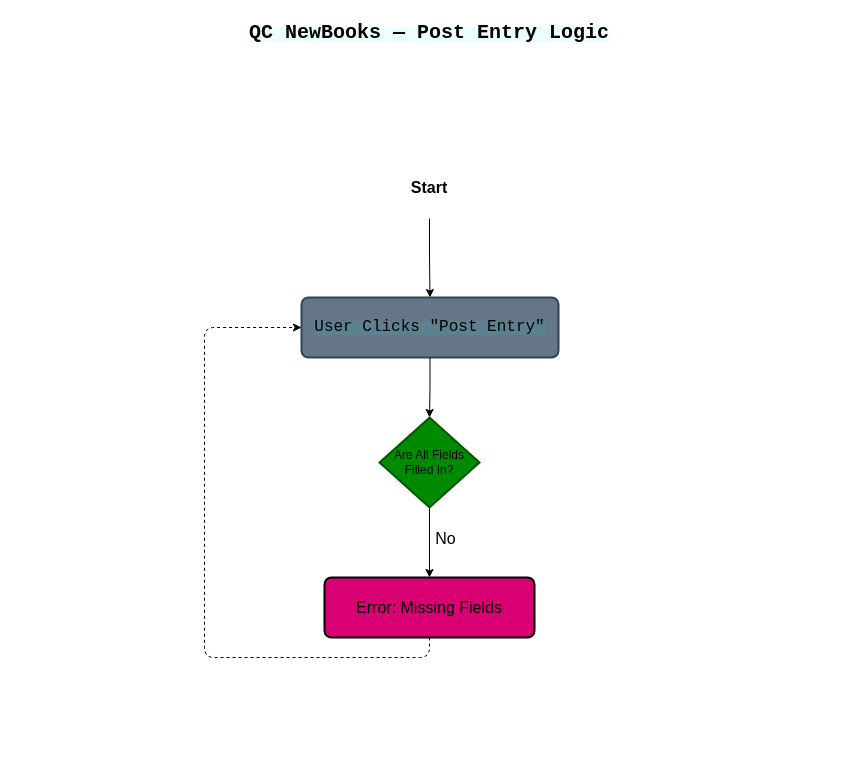
Before: QC_NewBooks_Diagrams.drawio in kvnrtga10-cell/diagram-qc-new-books, a draw.io diagram. Source tidied: cells renumbered, new cells numbered last; positions are measured from the earlier drawing's top-left corner, leaving out a move shared by most shapes. Both pictures are drawn from the tidied source at 100%, with x=0, y=0 at pixel (204, 17).
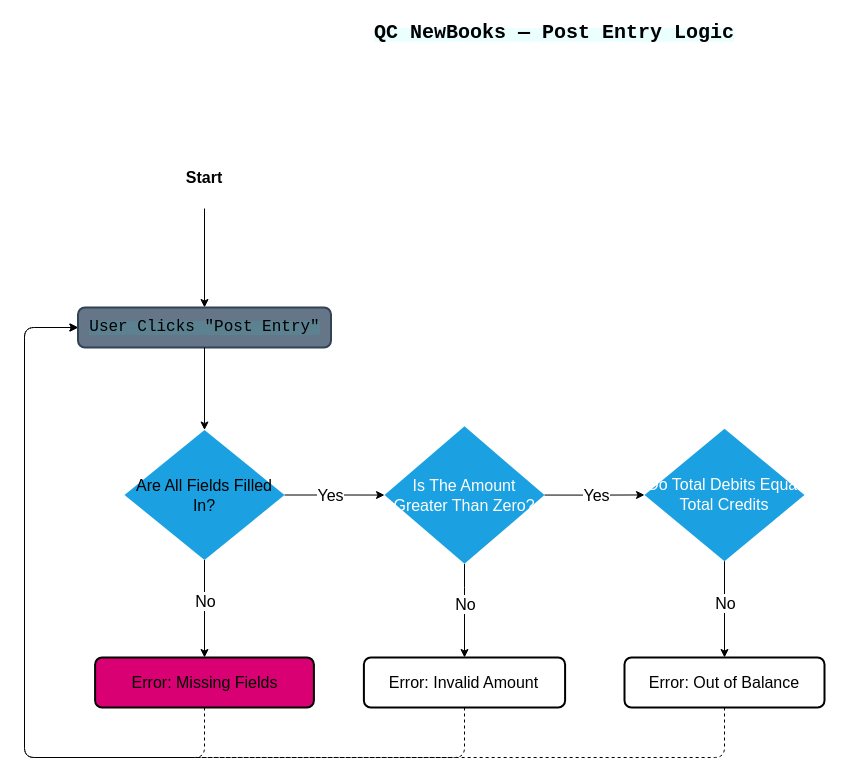
Above is the later version.

The change refers to these unchanged cells:
```xml
<mxCell id="6" style="edgeStyle=orthogonalEdgeStyle;rounded=0;jettySize=auto;html=1;exitX=0.5;exitY=1;exitDx=0;exitDy=0;exitPerimeter=0;entryX=0.5;entryY=0;entryDx=0;entryDy=0;" parent="1" edge="1" source="8" target="11">
  <mxGeometry relative="1" as="geometry" />
</mxCell>
```

Diff of the diagram source:
```diff
@@
     <mxCell id="2" value="&lt;span style=&quot;font-family: &amp;quot;Share Tech Mono&amp;quot;, monospace; text-align: start; background-color: rgba(0, 245, 255, 0.08);&quot;&gt;&lt;b style=&quot;&quot;&gt;&lt;font style=&quot;font-size: 20px;&quot;&gt;QC NewBooks — Post Entry Logic&lt;/font&gt;&lt;/b&gt;&lt;/span&gt;" style="text;html=1;whiteSpace=wrap;strokeColor=none;fillColor=none;align=center;verticalAlign=middle;rounded=0;fontColor=light-dark(#000000,#FFFFFF);" parent="1" vertex="1">
-      <mxGeometry x="30" width="390" height="30" as="geometry" />
+      <mxGeometry x="155" width="390" height="30" as="geometry" />
     </mxCell>
@@
     <mxCell id="4" value="&lt;b&gt;Start&lt;/b&gt;" style="strokeWidth=2;html=1;shape=mxgraph.flowchart.terminator;whiteSpace=wrap;fillColor=light-dark(#FFFFFF,#333333);labelBorderColor=none;fontSize=16;strokeColor=light-dark(#FFFFFF,#CCFFCC);" parent="1" vertex="1">
-      <mxGeometry x="175" y="140" width="100" height="60" as="geometry" />
+      <mxGeometry x="-50" y="130" width="100" height="60" as="geometry" />
     </mxCell>
     <mxCell id="5" value="&lt;span style=&quot;font-family: &amp;quot;Share Tech Mono&amp;quot;, monospace; text-align: start; background-color: rgba(0, 245, 255, 0.08);&quot;&gt;&lt;font style=&quot;font-size: 16px; color: light-dark(rgb(0, 0, 0), rgb(255, 255, 255));&quot;&gt;User Clicks &quot;Post Entry&quot;&lt;/font&gt;&lt;/span&gt;" style="rounded=1;whiteSpace=wrap;html=1;absoluteArcSize=1;arcSize=14;strokeWidth=2;fillColor=#647687;fontColor=#ffffff;strokeColor=#314354;labelBorderColor=none;" parent="1" vertex="1">
-      <mxGeometry x="97" y="280" width="257" height="60" as="geometry" />
+      <mxGeometry x="-126.5" y="290" width="253" height="40" as="geometry" />
     </mxCell>
@@
     <mxCell id="7" value="&lt;font style=&quot;font-size: 16px;&quot;&gt;No&lt;/font&gt;" style="edgeLabel;html=1;align=center;verticalAlign=middle;" parent="6" vertex="1">
       <mxGeometry x="-0.18" relative="1" as="geometry">
-        <mxPoint x="15" y="1" as="offset" />
+        <mxPoint y="1" as="offset" />
       </mxGeometry>
     </mxCell>
+    <mxCell id="12" style="edgeStyle=orthogonalEdgeStyle;rounded=0;jettySize=auto;html=1;exitX=1;exitY=0.5;exitDx=0;exitDy=0;exitPerimeter=0;entryX=0;entryY=0.5;entryDx=0;entryDy=0;entryPerimeter=0;" parent="1" edge="1" source="8" target="16">
+      <mxGeometry relative="1" as="geometry" />
+    </mxCell>
+    <mxCell id="13" value="&lt;font style=&quot;font-size: 16px;&quot;&gt;Yes&lt;/font&gt;" style="edgeLabel;html=1;align=center;verticalAlign=middle;" parent="12" vertex="1">
+      <mxGeometry x="0.02" y="-1" relative="1" as="geometry">
+        <mxPoint x="-5" y="-1" as="offset" />
+      </mxGeometry>
+    </mxCell>
-    <mxCell id="8" value="&lt;font style=&quot;color: light-dark(rgb(0, 0, 0), rgb(255, 255, 255));&quot;&gt;Are All Fields Filled In?&lt;/font&gt;" style="strokeWidth=2;html=1;shape=mxgraph.flowchart.decision;whiteSpace=wrap;fillColor=#008a00;fontColor=#ffffff;strokeColor=#005700;" parent="1" vertex="1">
-      <mxGeometry x="175" y="400" width="100" height="90" as="geometry" />
+    <mxCell id="8" value="&lt;font style=&quot;color: light-dark(rgb(0, 0, 0), rgb(255, 255, 255)); font-size: 16px;&quot;&gt;Are All Fields Filled In?&lt;/font&gt;" style="strokeWidth=2;html=1;shape=mxgraph.flowchart.decision;whiteSpace=wrap;fillColor=#1ba1e2;fontColor=#ffffff;strokeColor=none;" parent="1" vertex="1">
+      <mxGeometry x="-80" y="412.5" width="160" height="130" as="geometry" />
     </mxCell>
@@
     <mxCell id="10" style="edgeStyle=orthogonalEdgeStyle;rounded=1;jettySize=auto;html=1;exitX=0.5;exitY=1;exitDx=0;exitDy=0;entryX=0;entryY=0.5;entryDx=0;entryDy=0;dashed=1;curved=0;" parent="1" edge="1" source="11" target="5">
       <mxGeometry relative="1" as="geometry">
         <Array as="points">
-          <mxPoint x="225" y="640" />
-          <mxPoint y="640" />
-          <mxPoint y="310" />
+          <mxPoint y="740" />
+          <mxPoint x="-180" y="740" />
+          <mxPoint x="-180" y="310" />
         </Array>
       </mxGeometry>
     </mxCell>
     <mxCell id="11" value="&lt;font style=&quot;font-size: 16px; color: light-dark(rgb(0, 0, 0), rgb(255, 255, 255));&quot;&gt;Error: Missing Fields&lt;/font&gt;" style="rounded=1;whiteSpace=wrap;html=1;absoluteArcSize=1;arcSize=14;strokeWidth=2;fillColor=light-dark(#D80073,#CC0000);fontColor=#ffffff;strokeColor=light-dark(#000000,#FFFFFF);labelBackgroundColor=none;labelBorderColor=none;textShadow=0;shadow=0;glass=0;fillStyle=solid;" parent="1" vertex="1">
-      <mxGeometry x="120" y="560" width="210" height="60" as="geometry" />
+      <mxGeometry x="-109.4" y="640" width="218.8" height="50" as="geometry" />
     </mxCell>
+    <mxCell id="14" style="edgeStyle=orthogonalEdgeStyle;rounded=0;jettySize=auto;html=1;exitX=0.5;exitY=1;exitDx=0;exitDy=0;exitPerimeter=0;entryX=0.5;entryY=0;entryDx=0;entryDy=0;" parent="1" edge="1" source="16" target="18">
+      <mxGeometry relative="1" as="geometry">
+        <Array as="points">
+          <mxPoint x="260" y="570" />
+          <mxPoint x="260" y="570" />
+        </Array>
+      </mxGeometry>
+    </mxCell>
+    <mxCell id="15" value="&lt;font style=&quot;font-size: 16px;&quot;&gt;No&lt;/font&gt;" style="edgeLabel;html=1;align=center;verticalAlign=middle;" parent="14" vertex="1">
+      <mxGeometry x="0.08" y="-2" relative="1" as="geometry">
+        <mxPoint x="2" y="-11" as="offset" />
+      </mxGeometry>
+    </mxCell>
+    <mxCell id="16" value="&lt;font style=&quot;font-size: 16px;&quot;&gt;Is The Amount Greater Than Zero?&lt;/font&gt;" style="strokeWidth=2;html=1;shape=mxgraph.flowchart.decision;whiteSpace=wrap;fillColor=#1ba1e2;fontColor=light-dark(#FFFFFF,#FFFFFF);strokeColor=none;" parent="1" vertex="1">
+      <mxGeometry x="180" y="408.8" width="160" height="137.5" as="geometry" />
+    </mxCell>
+    <mxCell id="17" style="edgeStyle=orthogonalEdgeStyle;rounded=1;jettySize=auto;html=1;exitX=0.5;exitY=1;exitDx=0;exitDy=0;entryX=0;entryY=0.5;entryDx=0;entryDy=0;dashed=1;curved=0;" parent="1" edge="1" source="18" target="5">
+      <mxGeometry relative="1" as="geometry">
+        <Array as="points">
+          <mxPoint x="260" y="740" />
+          <mxPoint x="-180" y="740" />
+          <mxPoint x="-180" y="310" />
+        </Array>
+      </mxGeometry>
+    </mxCell>
+    <mxCell id="18" value="&lt;font style=&quot;font-size: 16px;&quot;&gt;Error: Invalid Amount&lt;/font&gt;" style="rounded=1;whiteSpace=wrap;html=1;absoluteArcSize=1;arcSize=14;strokeWidth=2;fillColor=light-dark(#FFFFFF,#CC0000);" parent="1" vertex="1">
+      <mxGeometry x="159.4" y="640" width="201.2" height="50" as="geometry" />
+    </mxCell>
+    <mxCell id="19" style="edgeStyle=orthogonalEdgeStyle;rounded=0;jettySize=auto;html=1;exitX=0.5;exitY=1;exitDx=0;exitDy=0;exitPerimeter=0;entryX=0.5;entryY=0;entryDx=0;entryDy=0;" parent="1" edge="1" source="21" target="25">
+      <mxGeometry relative="1" as="geometry" />
+    </mxCell>
+    <mxCell id="20" value="&lt;font style=&quot;font-size: 16px;&quot;&gt;No&lt;/font&gt;" style="edgeLabel;html=1;align=center;verticalAlign=middle;" parent="19" vertex="1">
+      <mxGeometry x="-0.12" y="1" relative="1" as="geometry">
+        <mxPoint x="-1" as="offset" />
+      </mxGeometry>
+    </mxCell>
+    <mxCell id="21" value="&lt;font style=&quot;font-size: 16px;&quot;&gt;Do Total Debits Equal Total Credits&lt;/font&gt;" style="strokeWidth=2;html=1;shape=mxgraph.flowchart.decision;whiteSpace=wrap;fillColor=#1ba1e2;fontColor=light-dark(#FFFFFF,#FFFFFF);strokeColor=none;" parent="1" vertex="1">
+      <mxGeometry x="440" y="411.2" width="160" height="132.5" as="geometry" />
+    </mxCell>
+    <mxCell id="22" style="edgeStyle=orthogonalEdgeStyle;rounded=0;jettySize=auto;html=1;exitX=1;exitY=0.5;exitDx=0;exitDy=0;exitPerimeter=0;entryX=0;entryY=0.5;entryDx=0;entryDy=0;entryPerimeter=0;" parent="1" edge="1" source="16" target="21">
+      <mxGeometry relative="1" as="geometry" />
+    </mxCell>
+    <mxCell id="23" value="&lt;font style=&quot;font-size: 16px;&quot;&gt;Yes&lt;/font&gt;" style="edgeLabel;html=1;align=center;verticalAlign=middle;" parent="22" vertex="1">
+      <mxGeometry x="-0.11" relative="1" as="geometry">
+        <mxPoint x="7" as="offset" />
+      </mxGeometry>
+    </mxCell>
+    <mxCell id="24" style="edgeStyle=orthogonalEdgeStyle;rounded=1;jettySize=auto;html=1;exitX=0.5;exitY=1;exitDx=0;exitDy=0;entryX=0;entryY=0.5;entryDx=0;entryDy=0;curved=0;dashed=1;" parent="1" edge="1" source="25" target="5">
+      <mxGeometry relative="1" as="geometry">
+        <Array as="points">
+          <mxPoint x="520" y="740" />
+          <mxPoint x="-180" y="740" />
+          <mxPoint x="-180" y="310" />
+        </Array>
+      </mxGeometry>
+    </mxCell>
+    <mxCell id="25" value="&lt;font style=&quot;font-size: 16px;&quot;&gt;Error: Out of Balance&lt;/font&gt;" style="rounded=1;whiteSpace=wrap;html=1;absoluteArcSize=1;arcSize=14;strokeWidth=2;fillColor=light-dark(#FFFFFF,#CC0000);" parent="1" vertex="1">
+      <mxGeometry x="420" y="640" width="200" height="50" as="geometry" />
+    </mxCell>
```
